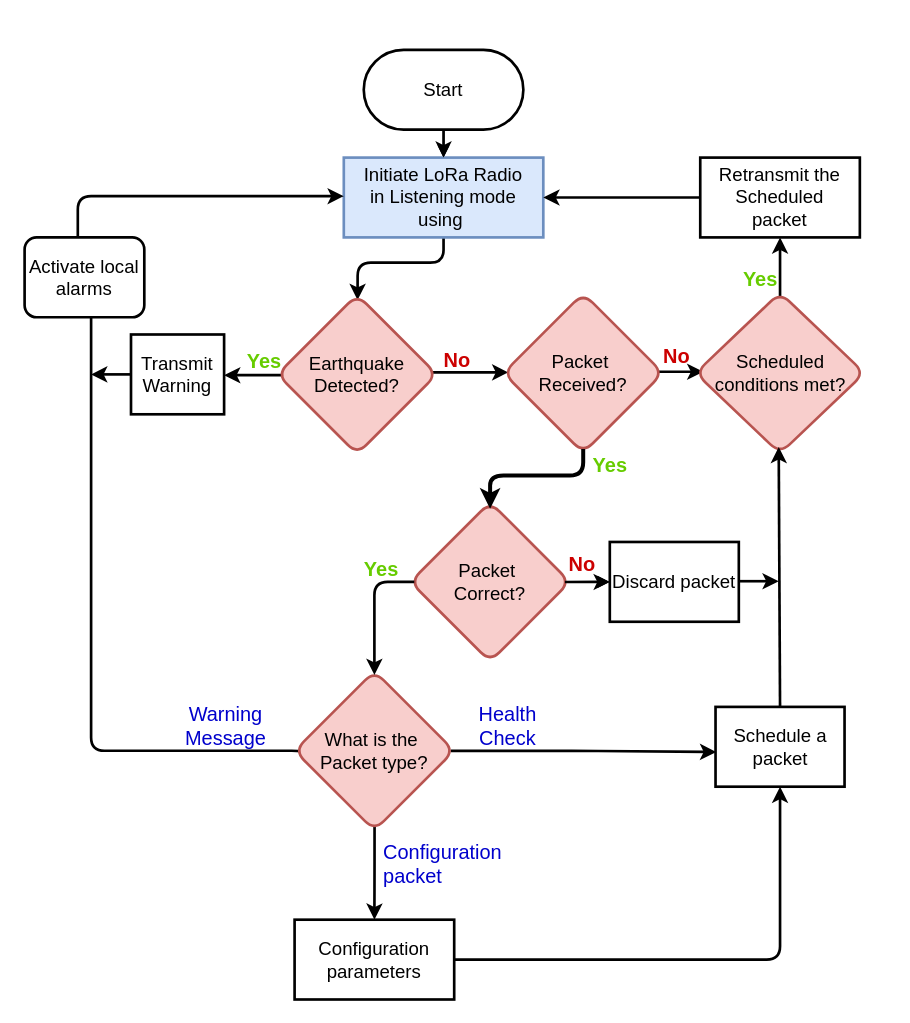
The draw.io diagram EEW_endnode (5).drawio in NuwanUdara/my-diagrams, before the edit. Source tidied: cells renumbered, new cells numbered last; positions are measured from the earlier drawing's top-left corner, leaving out a move shared by most shapes. Both pictures are drawn from the tidied source at 133%, with x=0, y=0 at pixel (24, 49).
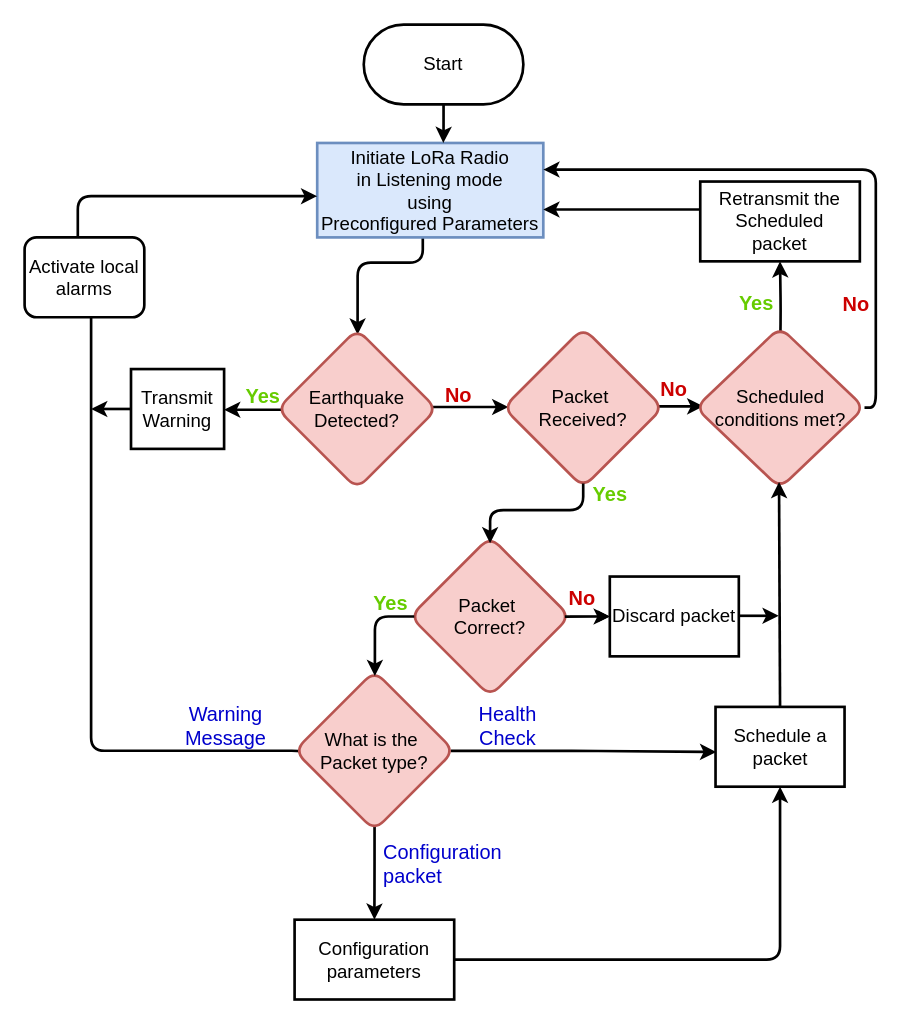
Above is the later version.

The change refers to these unchanged cells:
```xml
<mxCell id="19" value="What is the&amp;nbsp;&lt;div style=&quot;font-size: 14px;&quot;&gt;Packet type?&lt;/div&gt;" style="rhombus;whiteSpace=wrap;html=1;rounded=1;fillColor=#f8cecc;strokeColor=#b85450;fontStyle=0;fontSize=14;strokeWidth=2;" parent="1" vertex="1">
  <mxGeometry x="203" y="467" width="120" height="120" as="geometry" />
</mxCell>
<mxCell id="21" value="Activate local alarms" style="rounded=1;whiteSpace=wrap;html=1;fontStyle=0;fontSize=14;strokeWidth=2;" parent="1" vertex="1">
  <mxGeometry y="141" width="90" height="60" as="geometry" />
</mxCell>
<mxCell id="22" value="Schedule a packet" style="rounded=0;whiteSpace=wrap;html=1;fontStyle=0;fontSize=14;strokeWidth=2;" parent="1" vertex="1">
  <mxGeometry x="519.5" y="494" width="97" height="60" as="geometry" />
</mxCell>
```

Diff of the diagram source:
```diff
@@
-    <mxCell id="2" style="edgeStyle=orthogonalEdgeStyle;rounded=1;jettySize=auto;html=1;fontStyle=1;exitX=0.5;exitY=1;exitDx=0;exitDy=0;" parent="1" edge="1" source="26" target="4">
-      <mxGeometry relative="1" as="geometry" />
-    </mxCell>
-    <mxCell id="3" style="edgeStyle=orthogonalEdgeStyle;rounded=1;jettySize=auto;html=1;exitX=0.5;exitY=1;exitDx=0;exitDy=0;entryX=0.503;entryY=0.034;entryDx=0;entryDy=0;fontStyle=0;entryPerimeter=0;strokeWidth=2;" parent="1" edge="1" source="4" target="9">
+    <mxCell id="3" style="edgeStyle=orthogonalEdgeStyle;rounded=1;jettySize=auto;html=1;exitX=0.467;exitY=0.991;exitDx=0;exitDy=0;entryX=0.503;entryY=0.034;entryDx=0;entryDy=0;fontStyle=0;entryPerimeter=0;strokeWidth=2;exitPerimeter=0;" parent="1" edge="1" source="4" target="9">
       <mxGeometry relative="1" as="geometry">
         <Array as="points">
-          <mxPoint x="315" y="160" />
+          <mxPoint x="299" y="160" />
           <mxPoint x="250" y="160" />
         </Array>
       </mxGeometry>
     </mxCell>
-    <mxCell id="4" value="Initiate LoRa Radio&lt;br style=&quot;font-size: 14px;&quot;&gt;in Listening mode&lt;div style=&quot;font-size: 14px;&quot;&gt;using&amp;nbsp;&lt;/div&gt;" style="rounded=1;whiteSpace=wrap;html=1;arcSize=0;fillColor=#dae8fc;strokeColor=#6c8ebf;fontStyle=0;fontSize=14;strokeWidth=2;" parent="1" vertex="1">
-      <mxGeometry x="240" y="81" width="150" height="60" as="geometry" />
+    <mxCell id="4" value="Initiate LoRa Radio&lt;br style=&quot;font-size: 14px;&quot;&gt;in Listening mode&lt;div style=&quot;font-size: 14px;&quot;&gt;using&lt;/div&gt;&lt;div style=&quot;font-size: 14px;&quot;&gt;Preconfigured Parameters&lt;br&gt;&lt;/div&gt;" style="rounded=1;whiteSpace=wrap;html=1;arcSize=0;fillColor=#dae8fc;strokeColor=#6c8ebf;fontStyle=0;fontSize=14;strokeWidth=2;" parent="1" vertex="1">
+      <mxGeometry x="220" y="70" width="170" height="71" as="geometry" />
     </mxCell>
     <mxCell id="5" style="edgeStyle=orthogonalEdgeStyle;rounded=1;orthogonalLoop=1;jettySize=auto;html=1;entryX=0.023;entryY=0.504;entryDx=0;entryDy=0;fontStyle=0;exitX=0.967;exitY=0.496;exitDx=0;exitDy=0;exitPerimeter=0;entryPerimeter=0;strokeWidth=2;" parent="1" edge="1">
       <mxGeometry relative="1" as="geometry">
-        <mxPoint x="307" y="242.5" as="sourcePoint" />
-        <mxPoint x="363.7" y="242.5" as="targetPoint" />
+        <mxPoint x="307" y="268.5" as="sourcePoint" />
+        <mxPoint x="363.7" y="268.5" as="targetPoint" />
       </mxGeometry>
     </mxCell>
     <mxCell id="6" value="No" style="edgeLabel;html=1;align=center;verticalAlign=middle;rounded=1;fontStyle=1;fontColor=#CC0000;fontSize=15;labelBackgroundColor=none;" parent="5" vertex="1">
       <mxGeometry x="-0.25" y="2" relative="1" as="geometry">
-        <mxPoint x="-4" y="-8" as="offset" />
+        <mxPoint x="-3" y="-8" as="offset" />
       </mxGeometry>
     </mxCell>
     <mxCell id="7" style="edgeStyle=orthogonalEdgeStyle;rounded=1;jettySize=auto;html=1;fontStyle=0;exitX=0.027;exitY=0.505;exitDx=0;exitDy=0;exitPerimeter=0;strokeWidth=2;" parent="1" edge="1" source="9" target="11">
       <mxGeometry relative="1" as="geometry">
         <Array as="points">
-          <mxPoint x="165" y="245" />
+          <mxPoint x="165" y="271" />
         </Array>
       </mxGeometry>
     </mxCell>
     <mxCell id="8" value="Yes" style="edgeLabel;html=1;align=center;verticalAlign=middle;rounded=1;fontStyle=1;fontColor=#66CC00;fontSize=15;labelBackgroundColor=none;" parent="7" vertex="1">
       <mxGeometry x="-0.59" y="1" relative="1" as="geometry">
-        <mxPoint x="-5" y="-12" as="offset" />
+        <mxPoint x="-6" y="-12" as="offset" />
       </mxGeometry>
     </mxCell>
     <mxCell id="9" value="Earthquake&lt;br style=&quot;font-size: 14px;&quot;&gt;Detected?" style="rhombus;whiteSpace=wrap;html=1;rounded=1;fillColor=#f8cecc;strokeColor=#b85450;fontStyle=0;fontSize=14;strokeWidth=2;" parent="1" vertex="1">
-      <mxGeometry x="190" y="184" width="120" height="120" as="geometry" />
+      <mxGeometry x="190" y="210" width="120" height="120" as="geometry" />
     </mxCell>
@@
     <mxCell id="11" value="Transmit&lt;br style=&quot;font-size: 14px;&quot;&gt;Warning" style="rounded=0;whiteSpace=wrap;html=1;fontStyle=0;fontSize=14;strokeWidth=2;" parent="1" vertex="1">
-      <mxGeometry x="80" y="214" width="70" height="60" as="geometry" />
+      <mxGeometry x="80" y="240" width="70" height="60" as="geometry" />
     </mxCell>
     <mxCell id="12" value="Packet&amp;nbsp;&lt;div&gt;Received?&lt;/div&gt;" style="rhombus;whiteSpace=wrap;html=1;rounded=1;fillColor=#f8cecc;strokeColor=#b85450;fontStyle=0;fontSize=14;strokeWidth=2;" parent="1" vertex="1">
-      <mxGeometry x="360" y="183" width="120" height="120" as="geometry" />
+      <mxGeometry x="360" y="209" width="120" height="120" as="geometry" />
     </mxCell>
@@
     <mxCell id="20" style="edgeStyle=orthogonalEdgeStyle;rounded=1;jettySize=auto;html=1;fontStyle=1;strokeWidth=2;exitX=0.456;exitY=0.017;exitDx=0;exitDy=0;exitPerimeter=0;" parent="1" edge="1" source="21">
       <mxGeometry relative="1" as="geometry">
-        <mxPoint x="240" y="110" as="targetPoint" />
+        <mxPoint x="220" y="110" as="targetPoint" />
         <Array as="points">
           <mxPoint x="41" y="150" />
           <mxPoint x="40" y="150" />
           <mxPoint x="40" y="110" />
         </Array>
       </mxGeometry>
     </mxCell>
@@
-    <mxCell id="25" style="edgeStyle=orthogonalEdgeStyle;rounded=1;jettySize=auto;html=1;strokeColor=default;align=center;verticalAlign=middle;fontFamily=Helvetica;fontSize=11;fontColor=default;labelBackgroundColor=default;endArrow=classic;strokeWidth=2;" parent="1" edge="1" source="26" target="4">
-      <mxGeometry relative="1" as="geometry" />
+    <mxCell id="25" style="edgeStyle=orthogonalEdgeStyle;rounded=1;jettySize=auto;html=1;strokeColor=default;align=center;verticalAlign=middle;fontFamily=Helvetica;fontSize=11;fontColor=default;labelBackgroundColor=default;endArrow=classic;strokeWidth=2;" parent="1" edge="1" source="26">
+      <mxGeometry relative="1" as="geometry">
+        <mxPoint x="314.8" y="70" as="targetPoint" />
+      </mxGeometry>
     </mxCell>
     <mxCell id="26" value="Start" style="rounded=1;whiteSpace=wrap;html=1;arcSize=50;fontStyle=0;fontSize=14;strokeWidth=2;" parent="1" vertex="1">
-      <mxGeometry x="255" width="120" height="60" as="geometry" />
+      <mxGeometry x="255" y="-19" width="120" height="60" as="geometry" />
     </mxCell>
-    <mxCell id="27" style="edgeStyle=orthogonalEdgeStyle;rounded=1;jettySize=auto;html=1;exitX=0.5;exitY=0.06;exitDx=0;exitDy=0;entryX=0.5;entryY=1;entryDx=0;entryDy=0;curved=0;strokeWidth=2;exitPerimeter=0;fontStyle=0;" parent="1" edge="1" source="28" target="30">
-      <mxGeometry relative="1" as="geometry" />
+    <mxCell id="27" style="edgeStyle=orthogonalEdgeStyle;rounded=1;jettySize=auto;html=1;exitX=0.5;exitY=0.06;exitDx=0;exitDy=0;entryX=0.5;entryY=1;entryDx=0;entryDy=0;curved=0;strokeWidth=2;exitPerimeter=0;fontStyle=0;" parent="1" edge="1" target="30">
+      <mxGeometry relative="1" as="geometry">
+        <mxPoint x="568" y="233.8" as="sourcePoint" />
+      </mxGeometry>
     </mxCell>
+    <mxCell id="45" style="edgeStyle=orthogonalEdgeStyle;shape=connector;rounded=1;jettySize=auto;html=1;exitX=1;exitY=0.5;exitDx=0;exitDy=0;strokeColor=default;strokeWidth=2;align=center;verticalAlign=middle;fontFamily=Helvetica;fontSize=11;fontColor=default;fontStyle=1;labelBackgroundColor=default;endArrow=classic;flowAnimation=0;curved=0;" parent="1" edge="1" source="28" target="4">
+      <mxGeometry relative="1" as="geometry">
+        <Array as="points">
+          <mxPoint x="640" y="269" />
+          <mxPoint x="640" y="90" />
+        </Array>
+      </mxGeometry>
+    </mxCell>
     <mxCell id="28" value="Scheduled&lt;br style=&quot;font-size: 14px;&quot;&gt;conditions met?" style="rhombus;whiteSpace=wrap;html=1;rounded=1;fillColor=#f8cecc;strokeColor=#b85450;fontStyle=0;fontSize=14;strokeWidth=2;" parent="1" vertex="1">
-      <mxGeometry x="504.5" y="182.5" width="127" height="121" as="geometry" />
+      <mxGeometry x="504.5" y="208.5" width="127" height="121" as="geometry" />
     </mxCell>
-    <mxCell id="29" style="edgeStyle=orthogonalEdgeStyle;rounded=0;jettySize=auto;html=1;entryX=1;entryY=0.5;entryDx=0;entryDy=0;flowAnimation=0;fontStyle=1;strokeWidth=2;" parent="1" edge="1" source="30" target="4">
-      <mxGeometry relative="1" as="geometry" />
+    <mxCell id="29" style="edgeStyle=orthogonalEdgeStyle;rounded=0;orthogonalLoop=1;jettySize=auto;html=1;entryX=1;entryY=0.5;entryDx=0;entryDy=0;flowAnimation=0;fontStyle=1;strokeWidth=2;" parent="1" edge="1">
+      <mxGeometry relative="1" as="geometry">
+        <mxPoint x="508" y="120" as="sourcePoint" />
+        <mxPoint x="390" y="120" as="targetPoint" />
+      </mxGeometry>
     </mxCell>
     <mxCell id="30" value="Retransmit the&lt;br style=&quot;font-size: 14px;&quot;&gt;Scheduled&lt;br style=&quot;font-size: 14px;&quot;&gt;packet" style="rounded=0;whiteSpace=wrap;html=1;fontStyle=0;fontSize=14;strokeWidth=2;" parent="1" vertex="1">
-      <mxGeometry x="508" y="81" width="120" height="60" as="geometry" />
+      <mxGeometry x="508" y="99" width="120" height="60" as="geometry" />
     </mxCell>
     <mxCell id="31" value="Yes" style="edgeLabel;html=1;align=center;verticalAlign=middle;fontStyle=1;fontColor=#66CC00;fontSize=15;labelBackgroundColor=none;" parent="1" vertex="1">
-      <mxGeometry x="568" y="171" as="geometry">
+      <mxGeometry x="565" y="189" as="geometry">
         <mxPoint x="-16" as="offset" />
       </mxGeometry>
     </mxCell>
     <mxCell id="32" style="endArrow=classic;html=1;rounded=1;exitX=0;exitY=0.5;exitDx=0;exitDy=0;curved=0;strokeWidth=2;fontStyle=0;" parent="1" edge="1" source="11">
       <mxGeometry relative="1" as="geometry">
-        <mxPoint x="50" y="244" as="targetPoint" />
+        <mxPoint x="50" y="270" as="targetPoint" />
       </mxGeometry>
     </mxCell>
     <mxCell id="33" value="&lt;b&gt;No&lt;/b&gt;" style="edgeLabel;html=1;align=center;verticalAlign=middle;rounded=1;fontStyle=0;fontColor=#CC0000;fontSize=15;labelBackgroundColor=none;" parent="1" vertex="1">
-      <mxGeometry x="340" y="244" as="geometry">
+      <mxGeometry x="338" y="269" as="geometry">
         <mxPoint x="149" y="-15" as="offset" />
       </mxGeometry>
     </mxCell>
@@
     <mxCell id="35" value="&lt;div&gt;Packet&amp;nbsp;&lt;/div&gt;&lt;div&gt;Correct?&lt;/div&gt;" style="rhombus;whiteSpace=wrap;html=1;rounded=1;fillColor=#f8cecc;strokeColor=#b85450;fontStyle=0;fontSize=14;strokeWidth=2;" parent="1" vertex="1">
-      <mxGeometry x="290" y="340" width="120" height="120" as="geometry" />
+      <mxGeometry x="290" y="366" width="120" height="120" as="geometry" />
     </mxCell>
-    <mxCell id="36" style="edgeStyle=orthogonalEdgeStyle;rounded=1;orthogonalLoop=1;jettySize=auto;html=1;fontStyle=1;strokeWidth=2;entryX=0.5;entryY=0;entryDx=0;entryDy=0;" parent="1" edge="1">
+    <mxCell id="36" style="edgeStyle=orthogonalEdgeStyle;rounded=1;jettySize=auto;html=1;fontStyle=1;strokeWidth=2;entryX=0.503;entryY=0.032;entryDx=0;entryDy=0;entryPerimeter=0;" parent="1" edge="1" target="19">
       <mxGeometry relative="1" as="geometry">
-        <mxPoint x="293" y="400" as="sourcePoint" />
-        <mxPoint x="263" y="470" as="targetPoint" />
+        <mxPoint x="293" y="426" as="sourcePoint" />
         <Array as="points">
-          <mxPoint x="263" y="400" />
+          <mxPoint x="263" y="426" />
         </Array>
       </mxGeometry>
     </mxCell>
     <mxCell id="37" value="Yes" style="edgeLabel;html=1;align=center;verticalAlign=middle;rounded=1;fontStyle=1;fontColor=#66CC00;fontSize=15;labelBackgroundColor=none;" parent="36" vertex="1">
       <mxGeometry x="-0.59" y="1" relative="1" as="geometry">
-        <mxPoint x="-5" y="-12" as="offset" />
+        <mxPoint x="-4" y="-12" as="offset" />
       </mxGeometry>
     </mxCell>
-    <mxCell id="38" style="endArrow=classic;html=1;rounded=1;exitX=0.5;exitY=0;exitDx=0;exitDy=0;entryX=0.484;entryY=0.959;entryDx=0;entryDy=0;entryPerimeter=0;curved=0;strokeWidth=2;" parent="1" edge="1" source="22">
-      <mxGeometry relative="1" as="geometry">
-        <mxPoint x="567" y="298.5" as="targetPoint" />
-      </mxGeometry>
+    <mxCell id="38" style="endArrow=classic;html=1;rounded=1;exitX=0.5;exitY=0;exitDx=0;exitDy=0;entryX=0.494;entryY=0.962;entryDx=0;entryDy=0;entryPerimeter=0;curved=0;strokeWidth=2;" parent="1" edge="1" source="22" target="28">
+      <mxGeometry relative="1" as="geometry" />
     </mxCell>
-    <mxCell id="39" style="endArrow=classic;html=1;rounded=1;exitX=0.5;exitY=0.975;exitDx=0;exitDy=0;curved=0;strokeWidth=3;entryX=0.5;entryY=0;entryDx=0;entryDy=0;exitPerimeter=0;" parent="1" edge="1" source="12">
+    <mxCell id="39" style="endArrow=classic;html=1;rounded=1;exitX=0.5;exitY=0.975;exitDx=0;exitDy=0;curved=0;strokeWidth=2;entryX=0.5;entryY=0;entryDx=0;entryDy=0;exitPerimeter=0;" parent="1" edge="1" source="12">
       <mxGeometry relative="1" as="geometry">
-        <mxPoint x="350" y="345" as="targetPoint" />
+        <mxPoint x="350" y="371" as="targetPoint" />
         <Array as="points">
-          <mxPoint x="420" y="320" />
-          <mxPoint x="350" y="320" />
+          <mxPoint x="420" y="346" />
+          <mxPoint x="350" y="346" />
         </Array>
       </mxGeometry>
     </mxCell>
     <mxCell id="40" value="Yes" style="edgeLabel;html=1;align=center;verticalAlign=middle;rounded=1;fontStyle=1;fontColor=#66CC00;fontSize=15;labelBackgroundColor=none;" parent="1" vertex="1">
-      <mxGeometry x="440" y="310" as="geometry">
+      <mxGeometry x="440" y="332" as="geometry">
         <mxPoint x="-1" y="1" as="offset" />
       </mxGeometry>
     </mxCell>
     <mxCell id="41" value="Discard packet" style="rounded=0;whiteSpace=wrap;html=1;fontStyle=0;fontSize=14;strokeWidth=2;" parent="1" vertex="1">
-      <mxGeometry x="440" y="370" width="97" height="60" as="geometry" />
+      <mxGeometry x="440" y="396" width="97" height="60" as="geometry" />
     </mxCell>
@@
     <mxCell id="43" style="endArrow=classic;html=1;rounded=1;entryX=0;entryY=0.5;entryDx=0;entryDy=0;exitX=1;exitY=0.5;exitDx=0;exitDy=0;curved=0;strokeWidth=2;" parent="1" edge="1">
       <mxGeometry relative="1" as="geometry">
-        <mxPoint x="537" y="399.5" as="sourcePoint" />
-        <mxPoint x="567" y="399.5" as="targetPoint" />
+        <mxPoint x="537" y="425.5" as="sourcePoint" />
+        <mxPoint x="567" y="425.5" as="targetPoint" />
       </mxGeometry>
     </mxCell>
     <mxCell id="44" value="No" style="edgeLabel;html=1;align=center;verticalAlign=middle;rounded=1;fontStyle=1;fontColor=#CC0000;fontSize=15;labelBackgroundColor=none;" parent="1" vertex="1">
-      <mxGeometry x="418" y="385.5" as="geometry" />
+      <mxGeometry x="418" y="411.5" as="geometry" />
     </mxCell>
+    <mxCell id="46" value="&lt;b&gt;No&lt;/b&gt;" style="edgeLabel;html=1;align=center;verticalAlign=middle;rounded=1;fontStyle=0;fontColor=#CC0000;fontSize=15;labelBackgroundColor=none;" parent="1" vertex="1">
+      <mxGeometry x="475" y="205" as="geometry">
+        <mxPoint x="149" y="-15" as="offset" />
+      </mxGeometry>
+    </mxCell>
```
